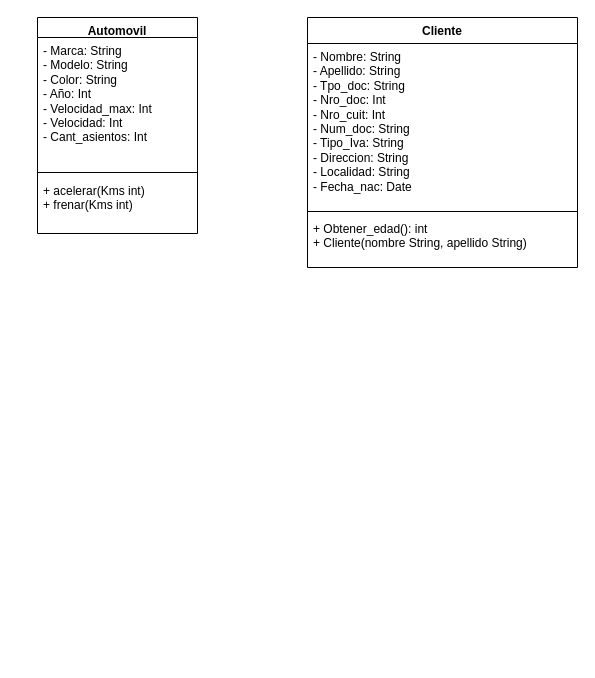
This is POO2/POO2C2/Automotriz/Automotriz/Automotriz.drawio from TanqDev88/CodeLabCollection, a draw.io file, before an edit. Source tidied: cells renumbered, new cells numbered last; positions are measured from the earlier drawing's top-left corner, leaving out a move shared by most shapes. Both pictures are drawn from the tidied source at 100%, with x=0, y=0 at pixel (37, 17).
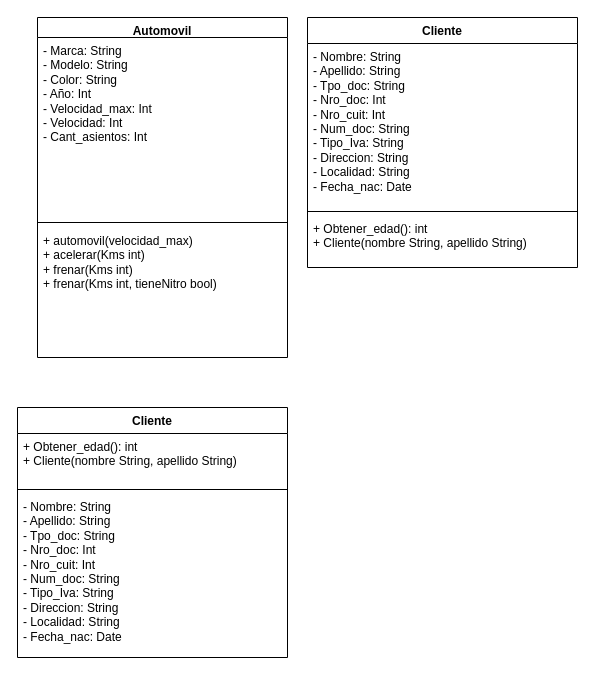
After the change.

Commit message (it also covers changes not shown here):
Modifications in Cliente and Persona class.

What changed in the source:
```diff
@@
 <mxGraphModel>
   <root>
     <mxCell id="0" />
     <mxCell id="1" parent="0" />
     <mxCell id="2" value="Automovil" style="swimlane;fontStyle=1;align=center;verticalAlign=top;horizontal=1;startSize=20;whiteSpace=wrap;html=1;" parent="1" vertex="1">
-      <mxGeometry width="160" height="216" as="geometry" />
+      <mxGeometry width="250" height="340" as="geometry" />
     </mxCell>
     <mxCell id="3" value="- Marca: String&lt;div&gt;- Modelo: String&lt;br&gt;&lt;/div&gt;&lt;div&gt;- Color: String&lt;br&gt;&lt;/div&gt;&lt;div&gt;- Año: Int&lt;br&gt;&lt;/div&gt;&lt;div&gt;- Velocidad_max: Int&lt;br&gt;&lt;/div&gt;&lt;div&gt;- Velocidad: Int&lt;br&gt;&lt;/div&gt;&lt;div&gt;- Cant_asientos: Int&lt;br&gt;&lt;/div&gt;&lt;div&gt;&lt;br&gt;&lt;/div&gt;" style="text;strokeColor=none;fillColor=none;align=left;verticalAlign=top;spacingLeft=4;spacingRight=4;overflow=hidden;whiteSpace=wrap;html=1;" parent="2" vertex="1">
-      <mxGeometry y="20" width="160" height="130" as="geometry" />
+      <mxGeometry y="20" width="250" height="180" as="geometry" />
     </mxCell>
     <mxCell id="4" style="line;strokeWidth=1;fillColor=none;align=left;verticalAlign=middle;spacingTop=-1;spacingLeft=3;spacingRight=3;labelPosition=right;strokeColor=inherit;" parent="2" vertex="1">
-      <mxGeometry y="150" width="160" height="10" as="geometry" />
+      <mxGeometry y="200" width="250" height="10" as="geometry" />
     </mxCell>
-    <mxCell id="5" value="+ acelerar(Kms int)&lt;div&gt;+ frenar(Kms int)&lt;br&gt;&lt;/div&gt;" style="text;strokeColor=none;fillColor=none;align=left;verticalAlign=top;spacingLeft=4;spacingRight=4;overflow=hidden;whiteSpace=wrap;html=1;" parent="2" vertex="1">
-      <mxGeometry y="160" width="160" height="56" as="geometry" />
+    <mxCell id="5" value="+ automovil(velocidad_max)&lt;div&gt;+ acelerar(Kms int)&lt;div&gt;+ frenar(Kms int)&lt;br&gt;&lt;/div&gt;&lt;div&gt;+ frenar(Kms int, tieneNitro bool)&lt;br&gt;&lt;/div&gt;&lt;/div&gt;" style="text;strokeColor=none;fillColor=none;align=left;verticalAlign=top;spacingLeft=4;spacingRight=4;overflow=hidden;whiteSpace=wrap;html=1;" parent="2" vertex="1">
+      <mxGeometry y="210" width="250" height="130" as="geometry" />
     </mxCell>
     <mxCell id="6" value="Cliente" style="swimlane;fontStyle=1;align=center;verticalAlign=top;horizontal=1;startSize=26;whiteSpace=wrap;html=1;" parent="1" vertex="1">
       <mxGeometry x="270" width="270" height="250" as="geometry" />
     </mxCell>
     <mxCell id="7" value="- Nombre: String&lt;div&gt;- Apellido: String&lt;/div&gt;&lt;div&gt;- Tpo_doc: String&lt;/div&gt;&lt;div&gt;- Nro_doc: Int&lt;br&gt;&lt;/div&gt;&lt;div&gt;- Nro_cuit: Int&lt;br&gt;&lt;/div&gt;&lt;div&gt;- Num_doc: String&lt;/div&gt;&lt;div&gt;- Tipo_Iva: String&lt;/div&gt;&lt;div&gt;- Direccion: String&lt;/div&gt;&lt;div&gt;- Localidad: String&lt;br&gt;&lt;/div&gt;&lt;div&gt;- Fecha_nac: Date&lt;br&gt;&lt;/div&gt;" style="text;strokeColor=none;fillColor=none;align=left;verticalAlign=top;spacingLeft=4;spacingRight=4;overflow=hidden;whiteSpace=wrap;html=1;" parent="6" vertex="1">
       <mxGeometry y="26" width="270" height="164" as="geometry" />
     </mxCell>
     <mxCell id="8" style="line;strokeWidth=1;fillColor=none;align=left;verticalAlign=middle;spacingTop=-1;spacingLeft=3;spacingRight=3;labelPosition=right;strokeColor=inherit;" parent="6" vertex="1">
       <mxGeometry y="190" width="270" height="8" as="geometry" />
     </mxCell>
     <mxCell id="9" value="+ Obtener_edad(): int&lt;div&gt;+ Cliente(nombre String, apellido String)&lt;/div&gt;" style="text;strokeColor=none;fillColor=none;align=left;verticalAlign=top;spacingLeft=4;spacingRight=4;overflow=hidden;whiteSpace=wrap;html=1;" parent="6" vertex="1">
       <mxGeometry y="198" width="270" height="52" as="geometry" />
     </mxCell>
+    <mxCell id="10" value="Cliente" style="swimlane;fontStyle=1;align=center;verticalAlign=top;horizontal=1;startSize=26;whiteSpace=wrap;html=1;" parent="1" vertex="1">
+      <mxGeometry x="-20" y="390" width="270" height="250" as="geometry" />
+    </mxCell>
+    <mxCell id="11" value="+ Obtener_edad(): int&lt;div&gt;+ Cliente(nombre String, apellido String)&lt;/div&gt;" style="text;strokeColor=none;fillColor=none;align=left;verticalAlign=top;spacingLeft=4;spacingRight=4;overflow=hidden;whiteSpace=wrap;html=1;" parent="10" vertex="1">
+      <mxGeometry y="26" width="270" height="52" as="geometry" />
+    </mxCell>
+    <mxCell id="12" style="line;strokeWidth=1;fillColor=none;align=left;verticalAlign=middle;spacingTop=-1;spacingLeft=3;spacingRight=3;labelPosition=right;strokeColor=inherit;" parent="10" vertex="1">
+      <mxGeometry y="78" width="270" height="8" as="geometry" />
+    </mxCell>
+    <mxCell id="13" value="- Nombre: String&lt;div&gt;- Apellido: String&lt;/div&gt;&lt;div&gt;- Tpo_doc: String&lt;/div&gt;&lt;div&gt;- Nro_doc: Int&lt;br&gt;&lt;/div&gt;&lt;div&gt;- Nro_cuit: Int&lt;br&gt;&lt;/div&gt;&lt;div&gt;- Num_doc: String&lt;/div&gt;&lt;div&gt;- Tipo_Iva: String&lt;/div&gt;&lt;div&gt;- Direccion: String&lt;/div&gt;&lt;div&gt;- Localidad: String&lt;br&gt;&lt;/div&gt;&lt;div&gt;- Fecha_nac: Date&lt;br&gt;&lt;/div&gt;" style="text;strokeColor=none;fillColor=none;align=left;verticalAlign=top;spacingLeft=4;spacingRight=4;overflow=hidden;whiteSpace=wrap;html=1;" parent="10" vertex="1">
+      <mxGeometry y="86" width="270" height="164" as="geometry" />
+    </mxCell>
   </root>
 </mxGraphModel>
```
